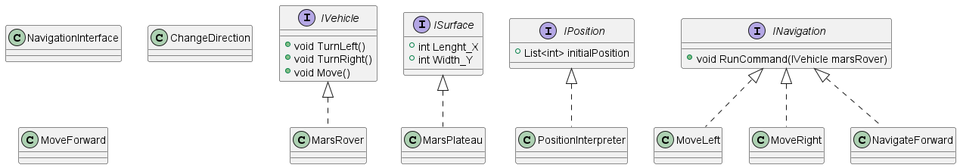
Before: Mars-Rover-Project/UML-Diagram/MarsRover_Kata_UML.png, a diagram exported from PlantUML (vahidkianfar/Mars-Rover-Project).
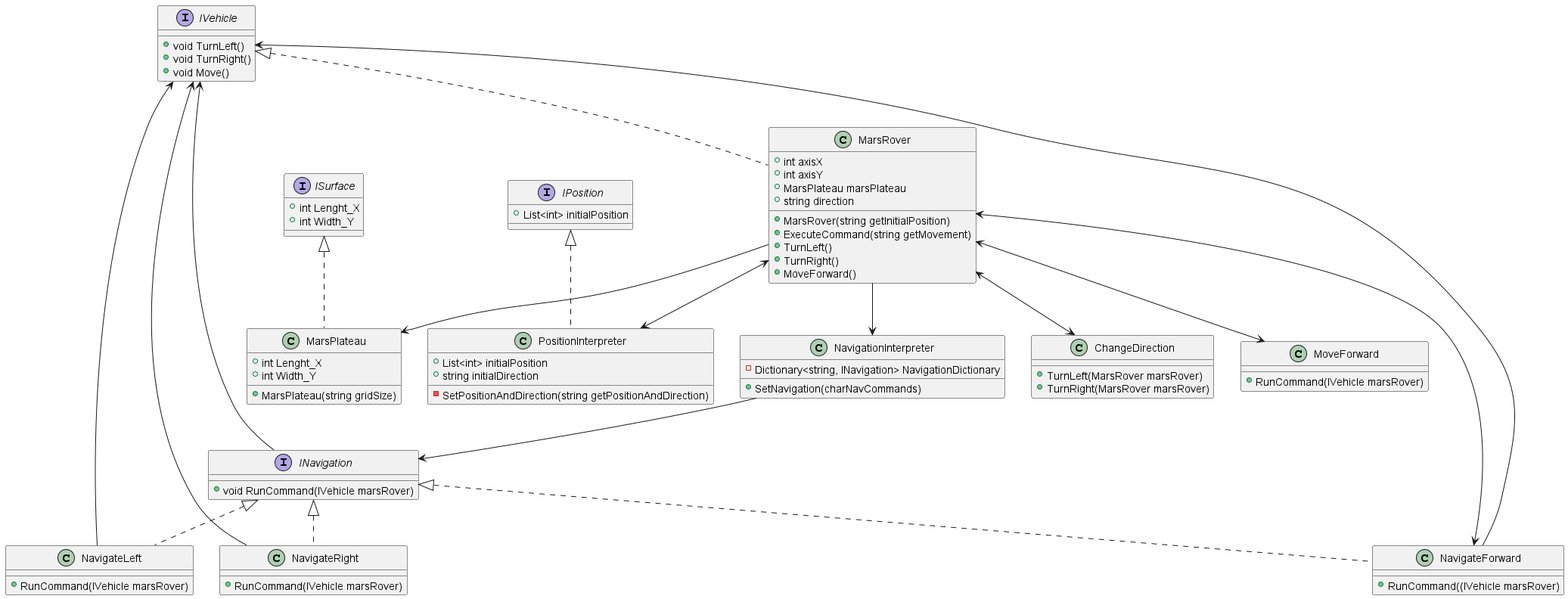
After the change.

The edit, as a diff of the source:
```diff
@@ -24,15 +24,77 @@
 }
 
 class MarsRover implements IVehicle
+{
++ int axisX
++ int axisY
++ MarsPlateau marsPlateau
++ string direction
++ MarsRover(string getInitialPosition)
++ ExecuteCommand(string getMovement)
++ TurnLeft()
++ TurnRight()
++ MoveForward()
+}
 class MarsPlateau implements ISurface
-class MoveLeft implements INavigation
-class MoveRight implements INavigation
+{
++ int Lenght_X
++ int Width_Y
++ MarsPlateau(string gridSize)
+}
+class NavigateLeft implements INavigation
+{
++ RunCommand(IVehicle marsRover)
+}
+
+class NavigateRight implements INavigation
+{
++ RunCommand(IVehicle marsRover)
+}
 class PositionInterpreter implements IPosition
+{
++ List<int> initialPosition
++ string initialDirection
+- SetPositionAndDirection(string getPositionAndDirection)
+}
+class NavigateForward implements INavigation
+{
++ RunCommand((IVehicle marsRover)
+}
+class NavigationInterpreter
+{
+- Dictionary<string, INavigation> NavigationDictionary
++ SetNavigation(charNavCommands)
+}
+class ChangeDirection
+{
++ TurnLeft(MarsRover marsRover)
++ TurnRight(MarsRover marsRover)
+}
 
-class NavigateForward implements INavigation
-class NavigationInterface
-class ChangeDirection
 class MoveForward
+{
++ RunCommand(IVehicle marsRover)
+}
+INavigation --> IVehicle
+MarsRover <--> ChangeDirection
+MarsRover <--> MoveForward
+MarsRover --> MarsPlateau
+MarsRover <--> NavigateForward
+MarsRover --> NavigationInterpreter
+MarsRover <--> PositionInterpreter
+
+
+NavigateLeft --> IVehicle
+NavigateRight --> IVehicle
+NavigateForward --> IVehicle
+
+NavigationInterpreter --> INavigation
+
+
+
+
+
+
 
 
 @enduml
```
